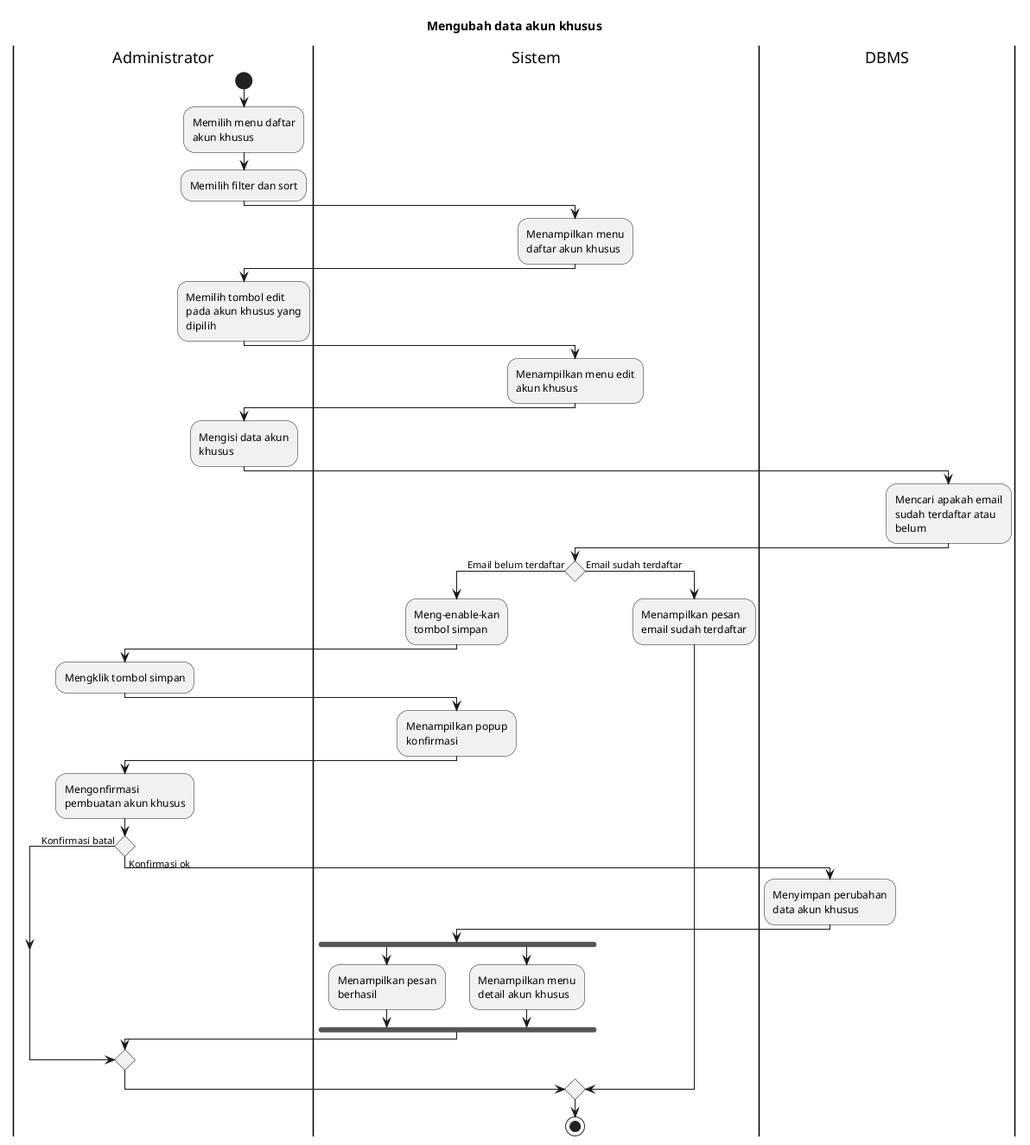
Above: export/Activity Diagrams/UC-MGUSER - Manajemen Pengguna/UC-MGUSER-012 - Mengubah data akun khusus.png in bagusNA/appl-diagrams (PlantUML), before the change.
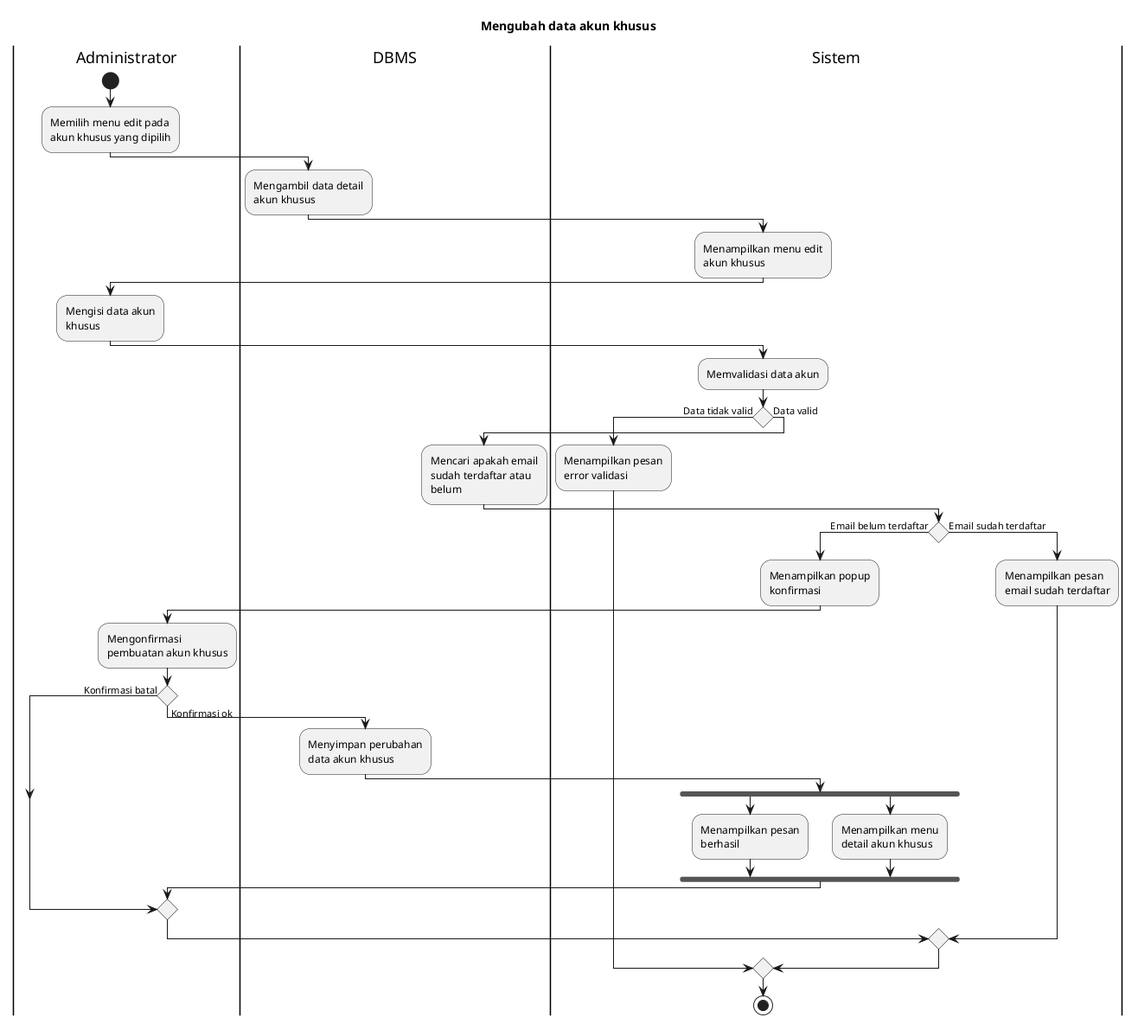
After the change.

Change to the diagram source:
```diff
@@ -5,14 +5,10 @@
 
 |Administrator|
 start
-:Memilih menu daftar akun khusus;
-:Memilih filter dan sort;
+:Memilih menu edit pada akun khusus yang dipilih;
 
-|Sistem|
-:Menampilkan menu daftar akun khusus;
-
-|Administrator|
-:Memilih tombol edit pada akun khusus yang dipilih;
+|DBMS|
+:Mengambil data detail akun khusus;
 
 |Sistem|
 :Menampilkan menu edit akun khusus;
@@ -20,37 +16,38 @@
 |Administrator|
 :Mengisi data akun khusus;
 
-|DBMS|
-:Mencari apakah email sudah terdaftar atau belum;
+|Sistem|
+:Memvalidasi data akun;
 
-|Sistem|
-if () then (Email belum terdaftar)
-  :Meng-enable-kan tombol simpan;
-
-  |Administrator|
-  :Mengklik tombol simpan;
+if () then (Data tidak valid)
+  :Menampilkan pesan error validasi;
+else (Data valid)
+  |DBMS|
+  :Mencari apakah email sudah terdaftar atau belum;
 
   |Sistem|
-  :Menampilkan popup konfirmasi;
+  if () then (Email belum terdaftar)
+    :Menampilkan popup konfirmasi;
 
-  |Administrator|
-  :Mengonfirmasi pembuatan akun khusus;
+    |Administrator|
+    :Mengonfirmasi pembuatan akun khusus;
 
-  if () then (Konfirmasi batal)
-  else (Konfirmasi ok)
-    |DBMS|
-    :Menyimpan perubahan data akun khusus;
+    if () then (Konfirmasi batal)
+    else (Konfirmasi ok)
+      |DBMS|
+      :Menyimpan perubahan data akun khusus;
 
+      |Sistem|
+      fork
+        :Menampilkan pesan berhasil;
+      fork again
+        :Menampilkan menu detail akun khusus;
+      endfork
+    endif
+  else (Email sudah terdaftar)
     |Sistem|
-    fork
-      :Menampilkan pesan berhasil;
-    fork again
-      :Menampilkan menu detail akun khusus;
-    endfork
+    :Menampilkan pesan email sudah terdaftar;
   endif
-else (Email sudah terdaftar)
-  |Sistem|
-  :Menampilkan pesan email sudah terdaftar;
 endif
 
 stop
```
